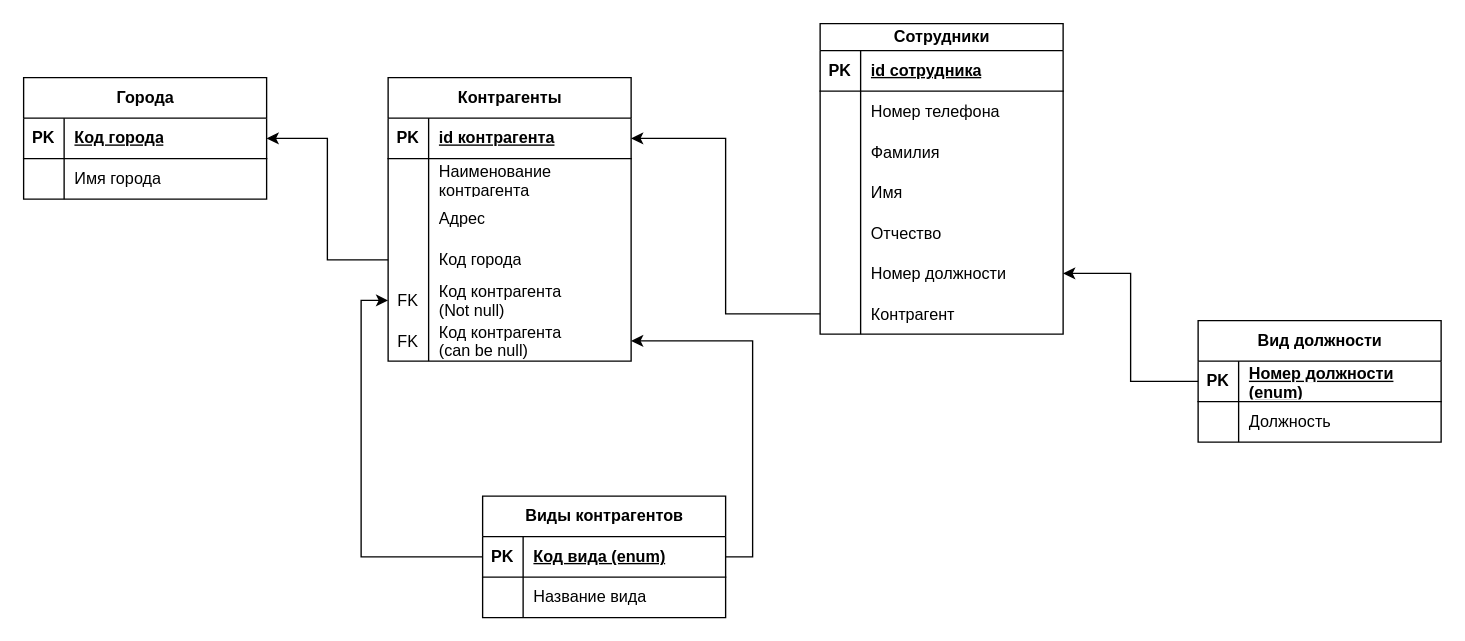
The draw.io diagram Диаграмма без названия.drawio in DEX2207/Practicum2, before the edit. Source tidied: cells renumbered, new cells numbered last; positions are measured from the earlier drawing's top-left corner, leaving out a move shared by most shapes. Both pictures are drawn from the tidied source at 135%, with x=0, y=0 at pixel (23, 23).
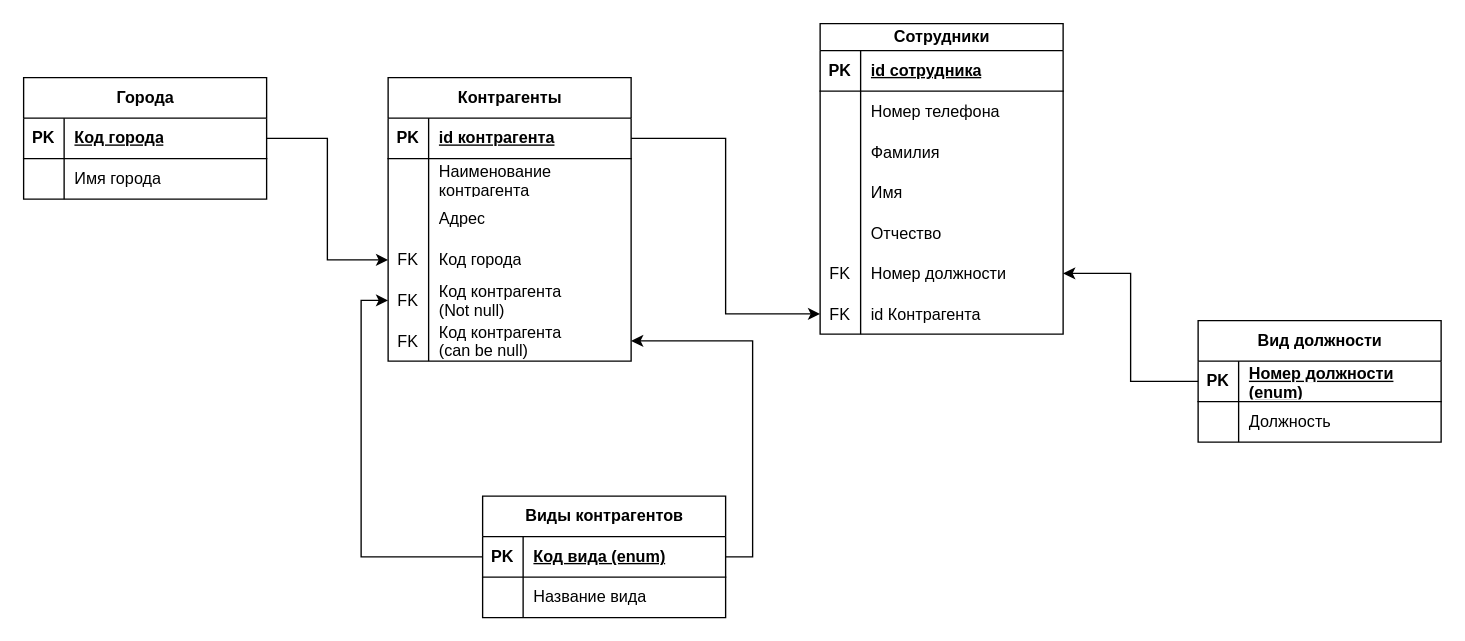
The same page after the edit.

The change refers to these unchanged cells:
```xml
<mxCell id="3" style="shape=tableRow;horizontal=0;startSize=0;swimlaneHead=0;swimlaneBody=0;fillColor=none;points=[[0,0.5],[1,0.5]];portConstraint=eastwest;top=0;left=0;right=0;bottom=1;" parent="2" vertex="1">
  <mxGeometry y="30" width="180" height="30" as="geometry" />
</mxCell>
<mxCell id="25" style="shape=tableRow;horizontal=0;startSize=0;swimlaneHead=0;swimlaneBody=0;fillColor=none;points=[[0,0.5],[1,0.5]];portConstraint=eastwest;top=0;left=0;right=0;bottom=0;" parent="9" vertex="1">
  <mxGeometry y="170" width="180" height="30" as="geometry" />
</mxCell>
<mxCell id="28" style="shape=tableRow;horizontal=0;startSize=0;swimlaneHead=0;swimlaneBody=0;fillColor=none;points=[[0,0.5],[1,0.5]];portConstraint=eastwest;top=0;left=0;right=0;bottom=0;" parent="9" vertex="1">
  <mxGeometry y="200" width="180" height="30" as="geometry" />
</mxCell>
<mxCell id="39" style="shape=tableRow;horizontal=0;startSize=0;swimlaneHead=0;swimlaneBody=0;fillColor=none;points=[[0,0.5],[1,0.5]];portConstraint=eastwest;top=0;left=0;right=0;bottom=1;" parent="38" vertex="1">
  <mxGeometry y="30" width="180" height="30" as="geometry" />
</mxCell>
<mxCell id="48" style="shape=tableRow;horizontal=0;startSize=0;swimlaneHead=0;swimlaneBody=0;fillColor=none;points=[[0,0.5],[1,0.5]];portConstraint=eastwest;top=0;left=0;right=0;bottom=0;" parent="38" vertex="1">
  <mxGeometry y="120" width="180" height="30" as="geometry" />
</mxCell>
```

Diff of the diagram source:
```diff
@@
-    <mxCell id="26" style="shape=partialRectangle;fillColor=none;top=0;left=0;bottom=0;right=0;overflow=hidden;" parent="25" vertex="1">
+    <mxCell id="26" value="FK" style="shape=partialRectangle;fillColor=none;top=0;left=0;bottom=0;right=0;overflow=hidden;" parent="25" vertex="1">
       <mxGeometry width="30" height="30" as="geometry" />
     </mxCell>
@@
-    <mxCell id="29" style="shape=partialRectangle;fillColor=none;top=0;left=0;bottom=0;right=0;overflow=hidden;" parent="28" vertex="1">
+    <mxCell id="29" value="FK" style="shape=partialRectangle;fillColor=none;top=0;left=0;bottom=0;right=0;overflow=hidden;" parent="28" vertex="1">
       <mxGeometry width="30" height="30" as="geometry" />
     </mxCell>
-    <mxCell id="30" value="Контрагент" style="shape=partialRectangle;fillColor=none;top=0;left=0;bottom=0;right=0;align=left;spacingLeft=6;overflow=hidden;" parent="28" vertex="1">
+    <mxCell id="30" value="id Контрагента" style="shape=partialRectangle;fillColor=none;top=0;left=0;bottom=0;right=0;align=left;spacingLeft=6;overflow=hidden;" parent="28" vertex="1">
       <mxGeometry x="30" width="150" height="30" as="geometry" />
     </mxCell>
@@
-    <mxCell id="49" style="shape=partialRectangle;fillColor=none;top=0;left=0;bottom=0;right=0;overflow=hidden;whiteSpace=wrap;html=1;" parent="48" vertex="1">
+    <mxCell id="49" value="FK" style="shape=partialRectangle;fillColor=none;top=0;left=0;bottom=0;right=0;overflow=hidden;whiteSpace=wrap;html=1;" parent="48" vertex="1">
       <mxGeometry width="30" height="30" as="geometry" />
     </mxCell>
@@
-    <mxCell id="64" style="edgeStyle=orthogonalEdgeStyle;rounded=0;jettySize=auto;html=1;entryX=1;entryY=0.5;entryDx=0;entryDy=0;" parent="1" edge="1" source="28" target="39">
-      <mxGeometry relative="1" as="geometry" />
-    </mxCell>
-    <mxCell id="65" style="edgeStyle=orthogonalEdgeStyle;rounded=0;jettySize=auto;html=1;entryX=1;entryY=0.5;entryDx=0;entryDy=0;" parent="1" edge="1" source="48" target="3">
-      <mxGeometry relative="1" as="geometry" />
-    </mxCell>
@@
+    <mxCell id="69" style="edgeStyle=orthogonalEdgeStyle;rounded=0;jettySize=auto;html=1;entryX=0;entryY=0.5;entryDx=0;entryDy=0;" parent="1" edge="1" source="39" target="28">
+      <mxGeometry relative="1" as="geometry" />
+    </mxCell>
+    <mxCell id="70" style="edgeStyle=orthogonalEdgeStyle;rounded=0;jettySize=auto;html=1;exitX=1;exitY=0.5;exitDx=0;exitDy=0;entryX=0;entryY=0.5;entryDx=0;entryDy=0;" parent="1" edge="1" source="3" target="48">
+      <mxGeometry relative="1" as="geometry" />
+    </mxCell>
```
